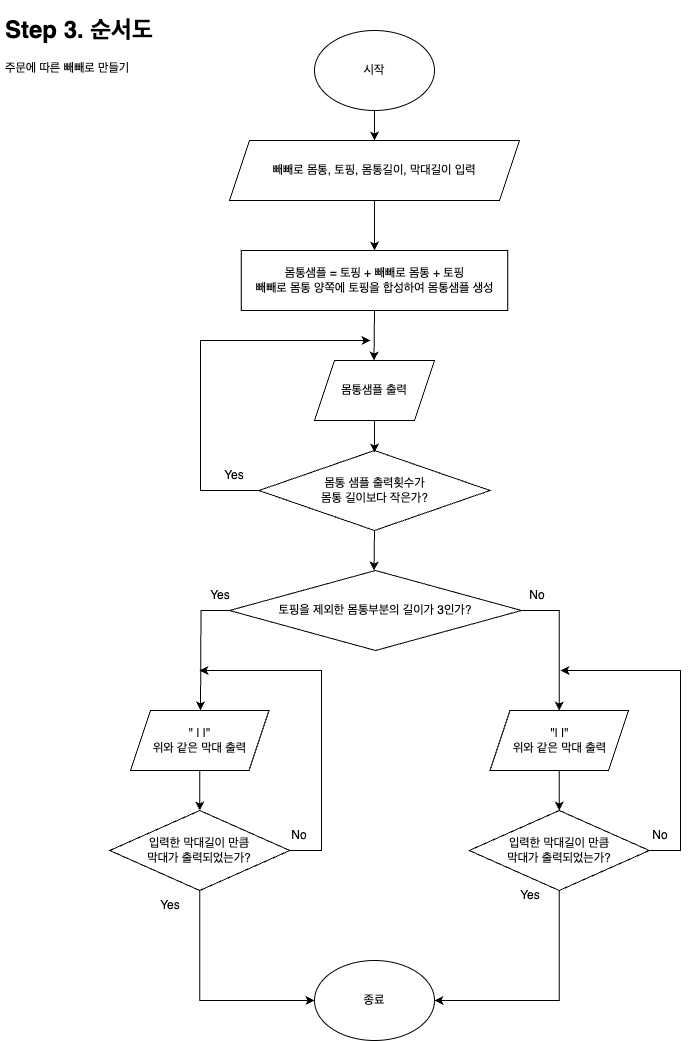
The draw.io diagram CodeStarterCamp_Week1/make-pepero-flow.png in yagom-academy/swift-starter-Round1, before a commit. Source tidied: cells renumbered, new cells last; positions are measured from the earlier drawing's top-left corner, leaving out a move shared by most shapes. The source it was exported from:
```xml
<mxGraphModel>
  <root>
    <mxCell id="0" />
    <mxCell id="1" parent="0" />
    <mxCell id="2" value="시작" style="ellipse;whiteSpace=wrap;html=1;" parent="1" vertex="1">
      <mxGeometry x="314" y="20" width="120" height="80" as="geometry" />
    </mxCell>
    <mxCell id="3" style="endArrow=classic;html=1;rounded=0;exitX=0.5;exitY=1;exitDx=0;exitDy=0;entryX=0.5;entryY=0;entryDx=0;entryDy=0;" parent="1" edge="1" source="2">
      <mxGeometry relative="1" as="geometry">
        <mxPoint x="374" y="130" as="targetPoint" />
      </mxGeometry>
    </mxCell>
    <mxCell id="4" value="&lt;h1&gt;Step 3. 순서도&lt;/h1&gt;&lt;p&gt;주문에 따른 빼빼로 만들기&lt;/p&gt;" style="text;html=1;strokeColor=none;fillColor=none;spacing=5;spacingTop=-20;whiteSpace=wrap;overflow=hidden;rounded=0;" parent="1" vertex="1">
      <mxGeometry width="190" height="120" as="geometry" />
    </mxCell>
    <mxCell id="5" style="edgeStyle=orthogonalEdgeStyle;rounded=0;jettySize=auto;html=1;exitX=0.5;exitY=1;exitDx=0;exitDy=0;entryX=0.5;entryY=0;entryDx=0;entryDy=0;" parent="1" edge="1" source="6">
      <mxGeometry relative="1" as="geometry">
        <mxPoint x="373.5" y="350" as="targetPoint" />
      </mxGeometry>
    </mxCell>
    <mxCell id="6" value="몸통샘플 = 토핑 + 빼빼로 몸통 + 토핑&lt;br&gt;빼빼로 몸통 양쪽에 토핑을 합성하여 몸통샘플 생성" style="rounded=0;whiteSpace=wrap;html=1;" parent="1" vertex="1">
      <mxGeometry x="240.8" y="240" width="266.5" height="60" as="geometry" />
    </mxCell>
    <mxCell id="7" style="edgeStyle=orthogonalEdgeStyle;rounded=0;jettySize=auto;html=1;exitX=0.5;exitY=1;exitDx=0;exitDy=0;entryX=0.5;entryY=0;entryDx=0;entryDy=0;entryPerimeter=0;" parent="1" edge="1" source="8">
      <mxGeometry relative="1" as="geometry">
        <mxPoint x="373.5" y="560" as="targetPoint" />
      </mxGeometry>
    </mxCell>
    <mxCell id="8" value="몸통 샘플 출력횟수가 &lt;br&gt;몸통 길이보다 작은가?" style="rhombus;whiteSpace=wrap;html=1;" parent="1" vertex="1">
      <mxGeometry x="258.5" y="440" width="231" height="80" as="geometry" />
    </mxCell>
    <mxCell id="9" style="edgeStyle=orthogonalEdgeStyle;rounded=0;orthogonalLoop=1;jettySize=auto;html=1;exitX=0.5;exitY=1;exitDx=0;exitDy=0;" parent="1" edge="1">
      <mxGeometry relative="1" as="geometry">
        <mxPoint x="374" y="410" as="sourcePoint" />
        <mxPoint x="374" y="442" as="targetPoint" />
        <Array as="points">
          <mxPoint x="374" y="442" />
        </Array>
      </mxGeometry>
    </mxCell>
    <mxCell id="10" style="endArrow=classic;html=1;rounded=0;" parent="1" edge="1">
      <mxGeometry relative="1" as="geometry">
        <mxPoint x="258.5" y="480" as="sourcePoint" />
        <mxPoint x="370" y="330" as="targetPoint" />
        <Array as="points">
          <mxPoint x="200" y="480" />
          <mxPoint x="200" y="330" />
        </Array>
      </mxGeometry>
    </mxCell>
    <mxCell id="11" value="Yes" style="text;html=1;strokeColor=none;fillColor=none;align=center;verticalAlign=middle;whiteSpace=wrap;rounded=0;" parent="1" vertex="1">
      <mxGeometry x="203.5" y="450" width="60" height="30" as="geometry" />
    </mxCell>
    <mxCell id="12" style="endArrow=classic;html=1;rounded=0;exitX=0.5;exitY=1;exitDx=0;exitDy=0;entryX=0.5;entryY=0;entryDx=0;entryDy=0;" parent="1" edge="1" target="6">
      <mxGeometry relative="1" as="geometry">
        <mxPoint x="374" y="190" as="sourcePoint" />
      </mxGeometry>
    </mxCell>
    <mxCell id="13" style="edgeStyle=orthogonalEdgeStyle;rounded=0;jettySize=auto;html=1;exitX=0;exitY=0.5;exitDx=0;exitDy=0;" parent="1" edge="1" source="15">
      <mxGeometry relative="1" as="geometry">
        <mxPoint x="200" y="700" as="targetPoint" />
      </mxGeometry>
    </mxCell>
    <mxCell id="14" style="edgeStyle=orthogonalEdgeStyle;rounded=0;jettySize=auto;html=1;exitX=1;exitY=0.5;exitDx=0;exitDy=0;entryX=0.5;entryY=0;entryDx=0;entryDy=0;" parent="1" edge="1" source="15" target="27">
      <mxGeometry relative="1" as="geometry" />
    </mxCell>
    <mxCell id="15" value="토핑을 제외한 몸통부분의 길이가 3인가?" style="rhombus;whiteSpace=wrap;html=1;" parent="1" vertex="1">
      <mxGeometry x="229" y="560" width="292" height="80" as="geometry" />
    </mxCell>
    <mxCell id="16" value="몸통샘플 출력" style="shape=parallelogram;perimeter=parallelogramPerimeter;whiteSpace=wrap;html=1;fixedSize=1;" parent="1" vertex="1">
      <mxGeometry x="314" y="350" width="120" height="60" as="geometry" />
    </mxCell>
    <mxCell id="17" value="빼빼로 몸통, 토핑, 몸통길이, 막대길이 입력" style="shape=parallelogram;perimeter=parallelogramPerimeter;whiteSpace=wrap;html=1;fixedSize=1;" parent="1" vertex="1">
      <mxGeometry x="229" y="130" width="290" height="60" as="geometry" />
    </mxCell>
    <mxCell id="18" style="edgeStyle=orthogonalEdgeStyle;rounded=0;jettySize=auto;html=1;exitX=0.5;exitY=1;exitDx=0;exitDy=0;entryX=0.5;entryY=0;entryDx=0;entryDy=0;" parent="1" edge="1" source="19" target="22">
      <mxGeometry relative="1" as="geometry" />
    </mxCell>
    <mxCell id="19" value="&quot; | |&quot;&lt;br&gt;위와 같은 막대 출력" style="shape=parallelogram;perimeter=parallelogramPerimeter;whiteSpace=wrap;html=1;fixedSize=1;" parent="1" vertex="1">
      <mxGeometry x="130" y="700" width="138.5" height="60" as="geometry" />
    </mxCell>
    <mxCell id="20" style="edgeStyle=orthogonalEdgeStyle;rounded=0;jettySize=auto;html=1;" parent="1" edge="1" source="22">
      <mxGeometry relative="1" as="geometry">
        <mxPoint x="199" y="660" as="targetPoint" />
        <Array as="points">
          <mxPoint x="321" y="840" />
        </Array>
      </mxGeometry>
    </mxCell>
    <mxCell id="21" style="edgeStyle=orthogonalEdgeStyle;rounded=0;jettySize=auto;html=1;exitX=0.5;exitY=1;exitDx=0;exitDy=0;entryX=0;entryY=0.5;entryDx=0;entryDy=0;" parent="1" edge="1" source="22" target="24">
      <mxGeometry relative="1" as="geometry" />
    </mxCell>
    <mxCell id="22" value="입력한 막대길이 만큼 &lt;br&gt;막대가 출력되었는가?" style="rhombus;whiteSpace=wrap;html=1;" parent="1" vertex="1">
      <mxGeometry x="109.2" y="800" width="180" height="80" as="geometry" />
    </mxCell>
    <mxCell id="23" value="No" style="text;html=1;strokeColor=none;fillColor=none;align=center;verticalAlign=middle;whiteSpace=wrap;rounded=0;" parent="1" vertex="1">
      <mxGeometry x="268.5" y="810" width="60" height="30" as="geometry" />
    </mxCell>
    <mxCell id="24" value="종료" style="ellipse;whiteSpace=wrap;html=1;" parent="1" vertex="1">
      <mxGeometry x="314" y="950" width="120" height="80" as="geometry" />
    </mxCell>
    <mxCell id="25" value="Yes" style="text;html=1;strokeColor=none;fillColor=none;align=center;verticalAlign=middle;whiteSpace=wrap;rounded=0;" parent="1" vertex="1">
      <mxGeometry x="140" y="880" width="60" height="30" as="geometry" />
    </mxCell>
    <mxCell id="26" style="edgeStyle=orthogonalEdgeStyle;rounded=0;jettySize=auto;html=1;exitX=0.5;exitY=1;exitDx=0;exitDy=0;entryX=0.5;entryY=0;entryDx=0;entryDy=0;" parent="1" edge="1" source="27" target="32">
      <mxGeometry relative="1" as="geometry" />
    </mxCell>
    <mxCell id="27" value="&quot;| |&quot;&lt;br&gt;위와 같은 막대 출력" style="shape=parallelogram;perimeter=parallelogramPerimeter;whiteSpace=wrap;html=1;fixedSize=1;" parent="1" vertex="1">
      <mxGeometry x="489.5" y="700" width="138.5" height="60" as="geometry" />
    </mxCell>
    <mxCell id="28" value="Yes" style="text;html=1;strokeColor=none;fillColor=none;align=center;verticalAlign=middle;whiteSpace=wrap;rounded=0;" parent="1" vertex="1">
      <mxGeometry x="190" y="570" width="60" height="30" as="geometry" />
    </mxCell>
    <mxCell id="29" value="No" style="text;html=1;strokeColor=none;fillColor=none;align=center;verticalAlign=middle;whiteSpace=wrap;rounded=0;" parent="1" vertex="1">
      <mxGeometry x="507.2" y="570" width="60" height="30" as="geometry" />
    </mxCell>
    <mxCell id="30" style="edgeStyle=orthogonalEdgeStyle;rounded=0;jettySize=auto;html=1;exitX=1;exitY=0.5;exitDx=0;exitDy=0;" parent="1" edge="1" source="32">
      <mxGeometry relative="1" as="geometry">
        <mxPoint x="560" y="660" as="targetPoint" />
        <Array as="points">
          <mxPoint x="680" y="840" />
          <mxPoint x="680" y="660" />
        </Array>
      </mxGeometry>
    </mxCell>
    <mxCell id="31" style="edgeStyle=orthogonalEdgeStyle;rounded=0;jettySize=auto;html=1;exitX=0.5;exitY=1;exitDx=0;exitDy=0;entryX=1;entryY=0.5;entryDx=0;entryDy=0;" parent="1" edge="1" source="32" target="24">
      <mxGeometry relative="1" as="geometry">
        <Array as="points">
          <mxPoint x="559" y="990" />
        </Array>
      </mxGeometry>
    </mxCell>
    <mxCell id="32" value="입력한 막대길이 만큼 &lt;br&gt;막대가 출력되었는가?" style="rhombus;whiteSpace=wrap;html=1;" parent="1" vertex="1">
      <mxGeometry x="468.8" y="800" width="180" height="80" as="geometry" />
    </mxCell>
    <mxCell id="33" value="No" style="text;html=1;strokeColor=none;fillColor=none;align=center;verticalAlign=middle;whiteSpace=wrap;rounded=0;" parent="1" vertex="1">
      <mxGeometry x="630" y="810" width="60" height="30" as="geometry" />
    </mxCell>
    <mxCell id="34" value="Yes" style="text;html=1;strokeColor=none;fillColor=none;align=center;verticalAlign=middle;whiteSpace=wrap;rounded=0;" parent="1" vertex="1">
      <mxGeometry x="500" y="870" width="60" height="30" as="geometry" />
    </mxCell>
  </root>
</mxGraphModel>
```
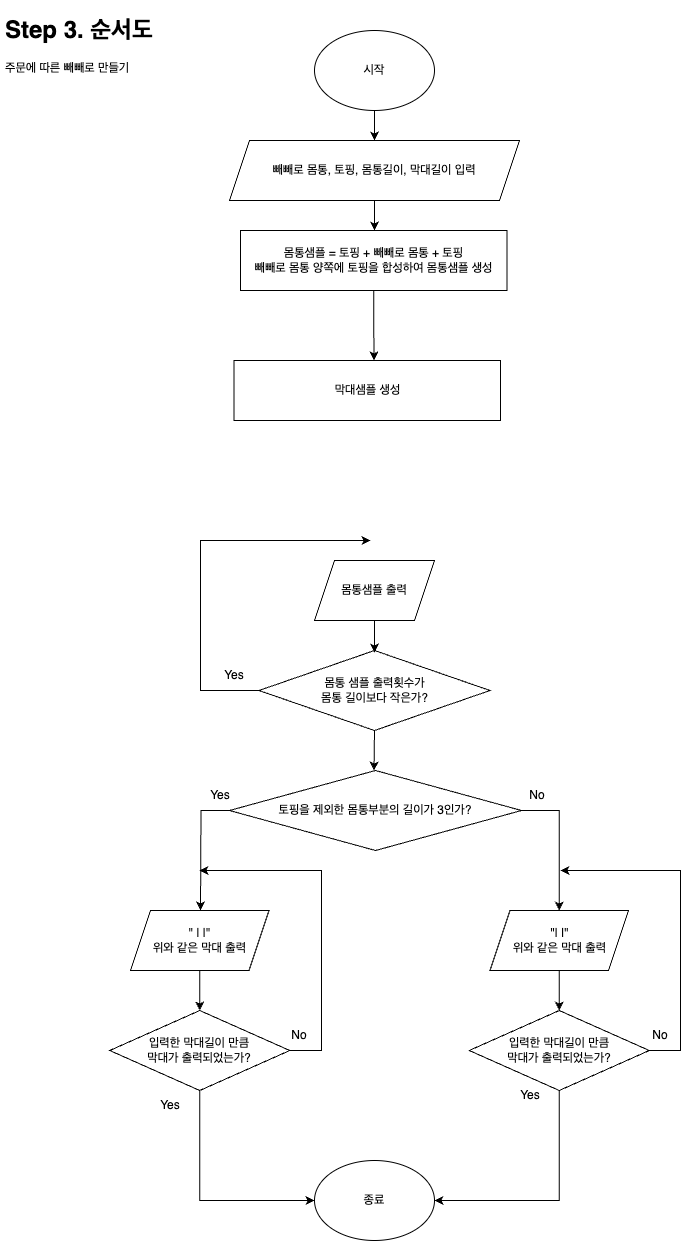
After the change.

What changed in the source:
```diff
@@ -3,23 +3,23 @@
     <mxCell id="0" />
     <mxCell id="1" parent="0" />
     <mxCell id="2" value="시작" style="ellipse;whiteSpace=wrap;html=1;" parent="1" vertex="1">
-      <mxGeometry x="314" y="20" width="120" height="80" as="geometry" />
+      <mxGeometry x="314" y="-180" width="120" height="80" as="geometry" />
     </mxCell>
     <mxCell id="3" style="endArrow=classic;html=1;rounded=0;exitX=0.5;exitY=1;exitDx=0;exitDy=0;entryX=0.5;entryY=0;entryDx=0;entryDy=0;" parent="1" edge="1" source="2">
       <mxGeometry relative="1" as="geometry">
-        <mxPoint x="374" y="130" as="targetPoint" />
+        <mxPoint x="374" y="-70" as="targetPoint" />
       </mxGeometry>
     </mxCell>
     <mxCell id="4" value="&lt;h1&gt;Step 3. 순서도&lt;/h1&gt;&lt;p&gt;주문에 따른 빼빼로 만들기&lt;/p&gt;" style="text;html=1;strokeColor=none;fillColor=none;spacing=5;spacingTop=-20;whiteSpace=wrap;overflow=hidden;rounded=0;" parent="1" vertex="1">
-      <mxGeometry width="190" height="120" as="geometry" />
+      <mxGeometry y="-200" width="190" height="120" as="geometry" />
     </mxCell>
     <mxCell id="5" style="edgeStyle=orthogonalEdgeStyle;rounded=0;jettySize=auto;html=1;exitX=0.5;exitY=1;exitDx=0;exitDy=0;entryX=0.5;entryY=0;entryDx=0;entryDy=0;" parent="1" edge="1" source="6">
       <mxGeometry relative="1" as="geometry">
-        <mxPoint x="373.5" y="350" as="targetPoint" />
+        <mxPoint x="373.5" y="150" as="targetPoint" />
       </mxGeometry>
     </mxCell>
     <mxCell id="6" value="몸통샘플 = 토핑 + 빼빼로 몸통 + 토핑&lt;br&gt;빼빼로 몸통 양쪽에 토핑을 합성하여 몸통샘플 생성" style="rounded=0;whiteSpace=wrap;html=1;" parent="1" vertex="1">
-      <mxGeometry x="240.8" y="240" width="266.5" height="60" as="geometry" />
+      <mxGeometry x="240" y="20" width="266.5" height="60" as="geometry" />
     </mxCell>
     <mxCell id="7" style="edgeStyle=orthogonalEdgeStyle;rounded=0;jettySize=auto;html=1;exitX=0.5;exitY=1;exitDx=0;exitDy=0;entryX=0.5;entryY=0;entryDx=0;entryDy=0;entryPerimeter=0;" parent="1" edge="1" source="8">
       <mxGeometry relative="1" as="geometry">
@@ -51,11 +51,6 @@
     <mxCell id="11" value="Yes" style="text;html=1;strokeColor=none;fillColor=none;align=center;verticalAlign=middle;whiteSpace=wrap;rounded=0;" parent="1" vertex="1">
       <mxGeometry x="203.5" y="450" width="60" height="30" as="geometry" />
     </mxCell>
-    <mxCell id="12" style="endArrow=classic;html=1;rounded=0;exitX=0.5;exitY=1;exitDx=0;exitDy=0;entryX=0.5;entryY=0;entryDx=0;entryDy=0;" parent="1" edge="1" target="6">
-      <mxGeometry relative="1" as="geometry">
-        <mxPoint x="374" y="190" as="sourcePoint" />
-      </mxGeometry>
-    </mxCell>
     <mxCell id="13" style="edgeStyle=orthogonalEdgeStyle;rounded=0;jettySize=auto;html=1;exitX=0;exitY=0.5;exitDx=0;exitDy=0;" parent="1" edge="1" source="15">
       <mxGeometry relative="1" as="geometry">
         <mxPoint x="200" y="700" as="targetPoint" />
@@ -70,8 +65,13 @@
     <mxCell id="16" value="몸통샘플 출력" style="shape=parallelogram;perimeter=parallelogramPerimeter;whiteSpace=wrap;html=1;fixedSize=1;" parent="1" vertex="1">
       <mxGeometry x="314" y="350" width="120" height="60" as="geometry" />
     </mxCell>
+    <mxCell id="35" style="edgeStyle=orthogonalEdgeStyle;rounded=0;jettySize=auto;html=1;" parent="1" edge="1" source="17">
+      <mxGeometry relative="1" as="geometry">
+        <mxPoint x="374" y="20" as="targetPoint" />
+      </mxGeometry>
+    </mxCell>
     <mxCell id="17" value="빼빼로 몸통, 토핑, 몸통길이, 막대길이 입력" style="shape=parallelogram;perimeter=parallelogramPerimeter;whiteSpace=wrap;html=1;fixedSize=1;" parent="1" vertex="1">
-      <mxGeometry x="229" y="130" width="290" height="60" as="geometry" />
+      <mxGeometry x="229" y="-70" width="290" height="60" as="geometry" />
     </mxCell>
     <mxCell id="18" style="edgeStyle=orthogonalEdgeStyle;rounded=0;jettySize=auto;html=1;exitX=0.5;exitY=1;exitDx=0;exitDy=0;entryX=0.5;entryY=0;entryDx=0;entryDy=0;" parent="1" edge="1" source="19" target="22">
       <mxGeometry relative="1" as="geometry" />
@@ -139,5 +139,8 @@
     <mxCell id="34" value="Yes" style="text;html=1;strokeColor=none;fillColor=none;align=center;verticalAlign=middle;whiteSpace=wrap;rounded=0;" parent="1" vertex="1">
       <mxGeometry x="500" y="870" width="60" height="30" as="geometry" />
     </mxCell>
+    <mxCell id="36" value="막대샘플 생성" style="rounded=0;whiteSpace=wrap;html=1;" parent="1" vertex="1">
+      <mxGeometry x="233.5" y="150" width="266.5" height="60" as="geometry" />
+    </mxCell>
   </root>
 </mxGraphModel>
```
